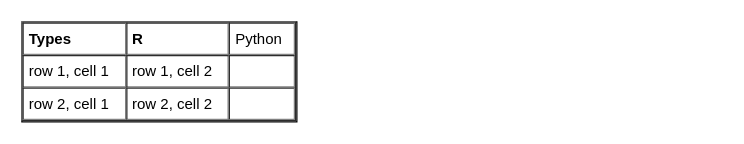
Before: page "ML" (9 of 9) of ml/ml.drawio in yangdj/tf_docs, a draw.io diagram. Source tidied: cells renumbered, new cells numbered last; positions are measured from the earlier drawing's top-left corner, leaving out a move shared by most shapes. Both pictures are drawn from the tidied source at 125%, with x=0, y=0 at pixel (21, 21).
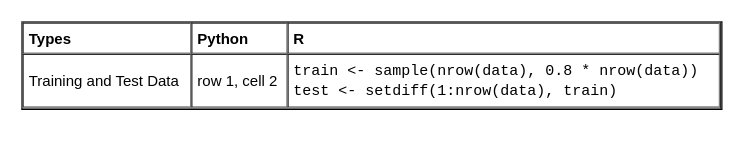
After the change.

The edit, as a diff of the source:
```diff
@@
 <mxGraphModel>
   <root>
     <mxCell id="0" />
     <mxCell id="1" parent="0" />
-    <mxCell id="2" value="&lt;table cellpadding=&quot;4&quot; cellspacing=&quot;0&quot; border=&quot;1&quot; style=&quot;font-size: 1em ; width: 100% ; height: 100%&quot;&gt;&lt;tbody&gt;&lt;tr&gt;&lt;th&gt;Types&lt;/th&gt;&lt;th&gt;R&lt;/th&gt;&lt;td&gt;Python&lt;/td&gt;&lt;/tr&gt;&lt;tr&gt;&lt;td&gt;row 1, cell 1&lt;/td&gt;&lt;td&gt;row 1, cell 2&lt;/td&gt;&lt;td&gt;&lt;br&gt;&lt;/td&gt;&lt;/tr&gt;&lt;tr&gt;&lt;td&gt;row 2, cell 1&lt;/td&gt;&lt;td&gt;row 2, cell 2&lt;/td&gt;&lt;td&gt;&lt;br&gt;&lt;/td&gt;&lt;/tr&gt;&lt;/tbody&gt;&lt;/table&gt; " style="verticalAlign=top;align=left;overflow=fill;fontSize=12;fontFamily=Helvetica;html=1;" parent="1" vertex="1">
-      <mxGeometry width="220" height="80" as="geometry" />
+    <mxCell id="2" value="&lt;table cellpadding=&quot;4&quot; cellspacing=&quot;0&quot; border=&quot;1&quot; style=&quot;font-size: 1em ; width: 100% ; height: 100%&quot;&gt;&lt;tbody&gt;&lt;tr&gt;&lt;th&gt;Types&lt;/th&gt;&lt;th&gt;Python&lt;/th&gt;&lt;td&gt;&lt;b&gt;R&lt;/b&gt;&lt;/td&gt;&lt;/tr&gt;&lt;tr&gt;&lt;td&gt;Training and Test Data&lt;/td&gt;&lt;td&gt;row 1, cell 2&lt;/td&gt;&lt;td&gt;&lt;font face=&quot;Courier New&quot;&gt;train &amp;lt;- sample(nrow(data), 0.8 * nrow(data))&lt;br&gt;test &amp;lt;- setdiff(1:nrow(data), train)&lt;/font&gt;&lt;/td&gt;&lt;/tr&gt;&lt;/tbody&gt;&lt;/table&gt; " style="verticalAlign=top;align=left;overflow=fill;fontSize=12;fontFamily=Helvetica;html=1;" parent="1" vertex="1">
+      <mxGeometry width="560" height="70" as="geometry" />
     </mxCell>
   </root>
 </mxGraphModel>
```
